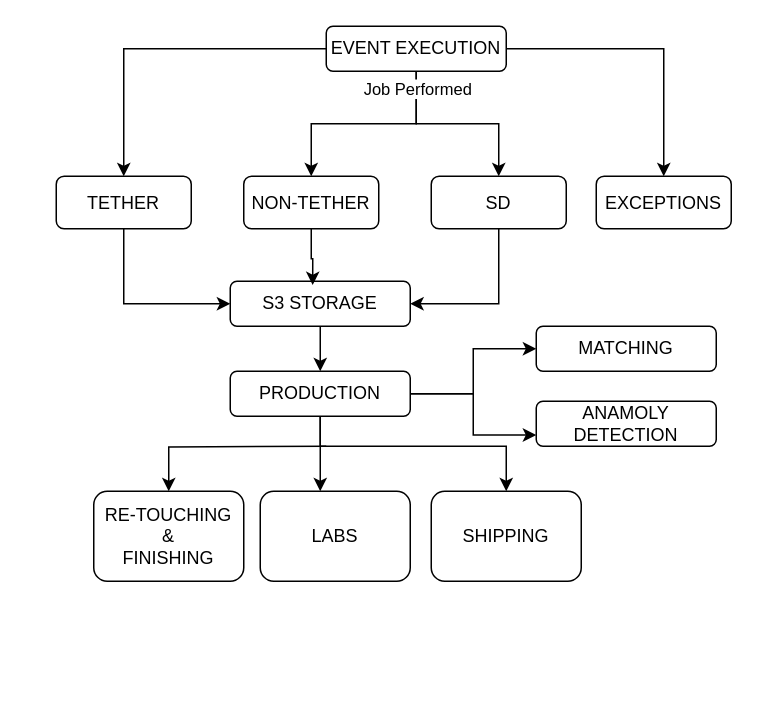
Earlier version of the draw.io diagram page "Event Execution" (8 of 8) of 11.drawio (ai-next-zen/diagrams). Source tidied: cells renumbered, new cells numbered last; positions are measured from the earlier drawing's top-left corner, leaving out a move shared by most shapes. Both pictures are drawn from the tidied source at 150%, with x=0, y=0 at pixel (56, 26).
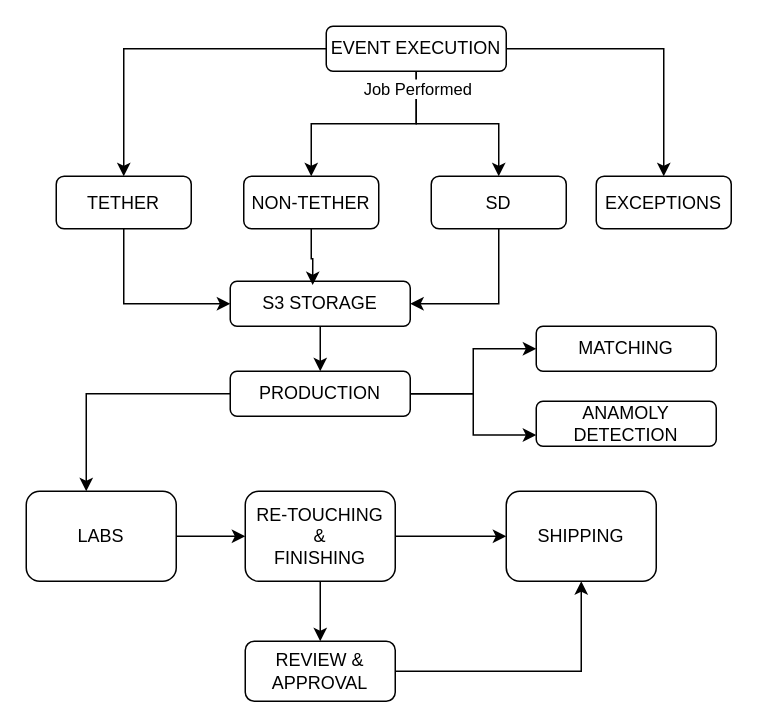
The same page after the edit.

The change refers to these unchanged cells:
```xml
<mxCell id="18" value="PRODUCTION" style="rounded=1;whiteSpace=wrap;html=1;" parent="1" vertex="1">
  <mxGeometry x="116" y="230" width="120" height="30" as="geometry" />
</mxCell>
```

What changed in the source:
```diff
@@
-    <mxCell id="15" style="edgeStyle=orthogonalEdgeStyle;rounded=0;jettySize=auto;html=1;entryX=0.5;entryY=0;entryDx=0;entryDy=0;" parent="1" edge="1" target="23">
-      <mxGeometry relative="1" as="geometry">
-        <mxPoint x="180" y="280" as="sourcePoint" />
-      </mxGeometry>
-    </mxCell>
-    <mxCell id="16" style="edgeStyle=orthogonalEdgeStyle;rounded=0;jettySize=auto;html=1;" parent="1" edge="1" source="18" target="25">
-      <mxGeometry relative="1" as="geometry">
-        <Array as="points">
-          <mxPoint x="176" y="280" />
-          <mxPoint x="300" y="280" />
-        </Array>
-      </mxGeometry>
-    </mxCell>
@@
+    <mxCell id="28" style="edgeStyle=orthogonalEdgeStyle;rounded=0;jettySize=auto;html=1;" parent="1" edge="1" source="23" target="25">
+      <mxGeometry relative="1" as="geometry" />
+    </mxCell>
+    <mxCell id="29" style="edgeStyle=orthogonalEdgeStyle;rounded=0;jettySize=auto;html=1;" parent="1" edge="1" source="23" target="32">
+      <mxGeometry relative="1" as="geometry" />
+    </mxCell>
     <mxCell id="23" value="RE-TOUCHING&lt;div&gt;&amp;amp;&lt;/div&gt;&lt;div&gt;FINISHING&lt;/div&gt;" style="rounded=1;whiteSpace=wrap;html=1;" parent="1" vertex="1">
-      <mxGeometry x="25" y="310" width="100" height="60" as="geometry" />
+      <mxGeometry x="126" y="310" width="100" height="60" as="geometry" />
     </mxCell>
+    <mxCell id="30" style="edgeStyle=orthogonalEdgeStyle;rounded=0;jettySize=auto;html=1;" parent="1" edge="1" source="24" target="23">
+      <mxGeometry relative="1" as="geometry" />
+    </mxCell>
     <mxCell id="24" value="LABS" style="rounded=1;whiteSpace=wrap;html=1;" parent="1" vertex="1">
-      <mxGeometry x="136" y="310" width="100" height="60" as="geometry" />
+      <mxGeometry x="-20" y="310" width="100" height="60" as="geometry" />
     </mxCell>
     <mxCell id="25" value="SHIPPING" style="rounded=1;whiteSpace=wrap;html=1;" parent="1" vertex="1">
-      <mxGeometry x="250" y="310" width="100" height="60" as="geometry" />
+      <mxGeometry x="300" y="310" width="100" height="60" as="geometry" />
     </mxCell>
@@
+    <mxCell id="31" style="edgeStyle=orthogonalEdgeStyle;rounded=0;jettySize=auto;html=1;entryX=0.5;entryY=1;entryDx=0;entryDy=0;" parent="1" edge="1" source="32" target="25">
+      <mxGeometry relative="1" as="geometry" />
+    </mxCell>
+    <mxCell id="32" value="REVIEW &amp;amp;&lt;div&gt;APPROVAL&lt;/div&gt;" style="rounded=1;whiteSpace=wrap;html=1;" parent="1" vertex="1">
+      <mxGeometry x="126" y="410" width="100" height="40" as="geometry" />
+    </mxCell>
```
